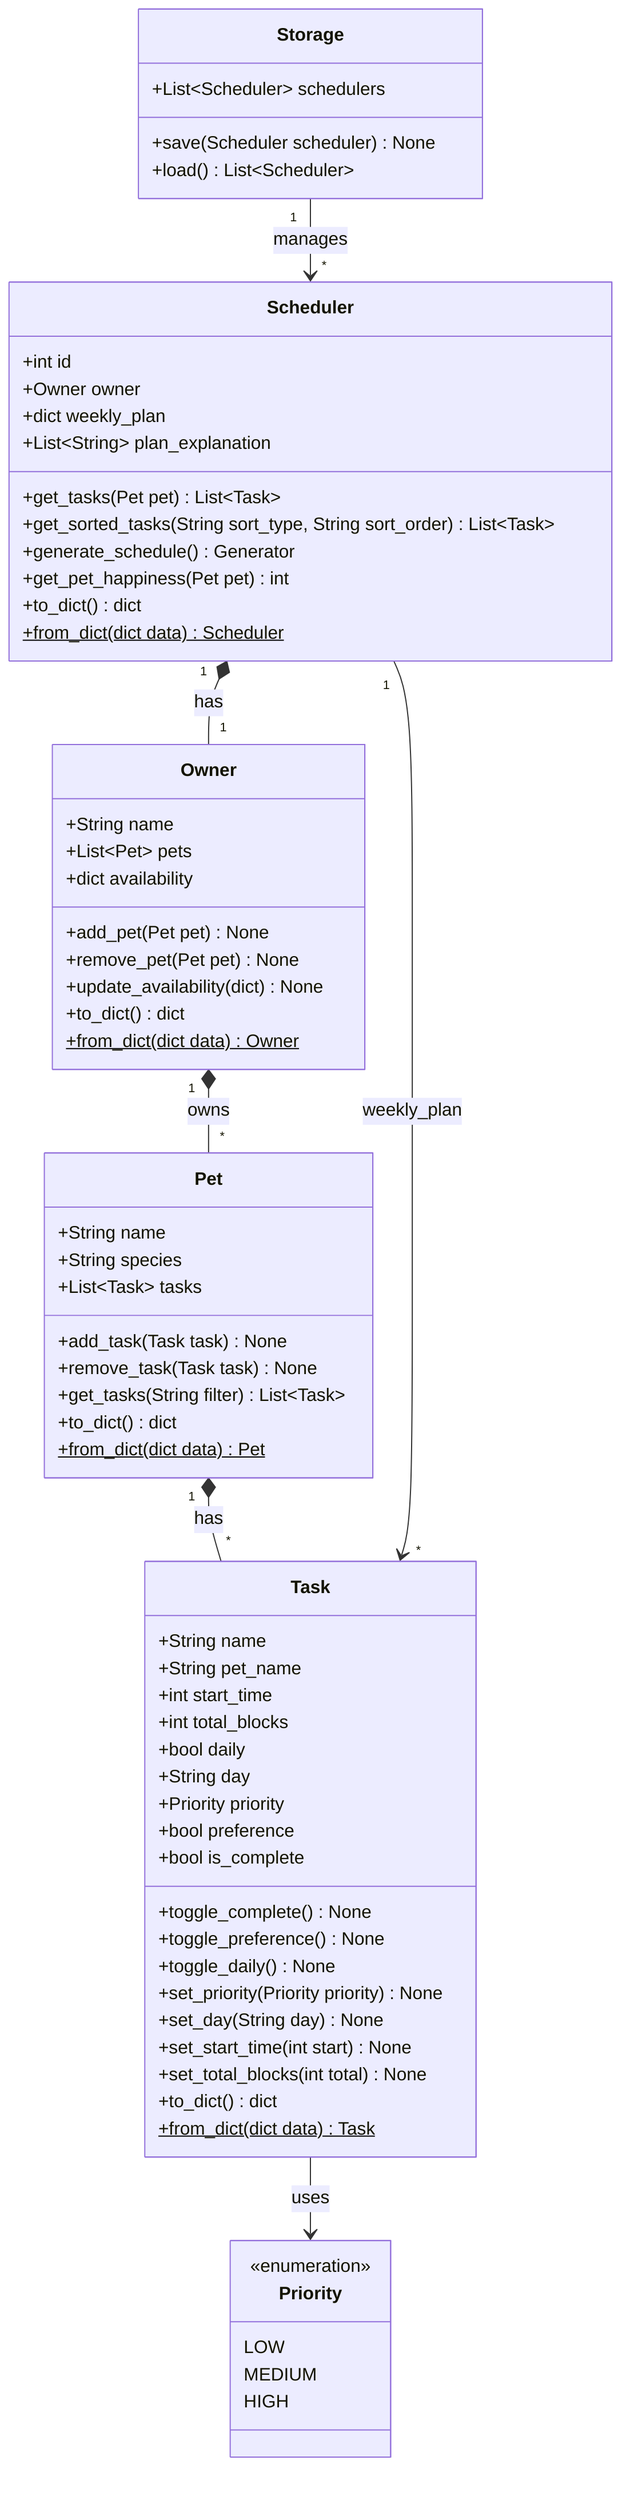
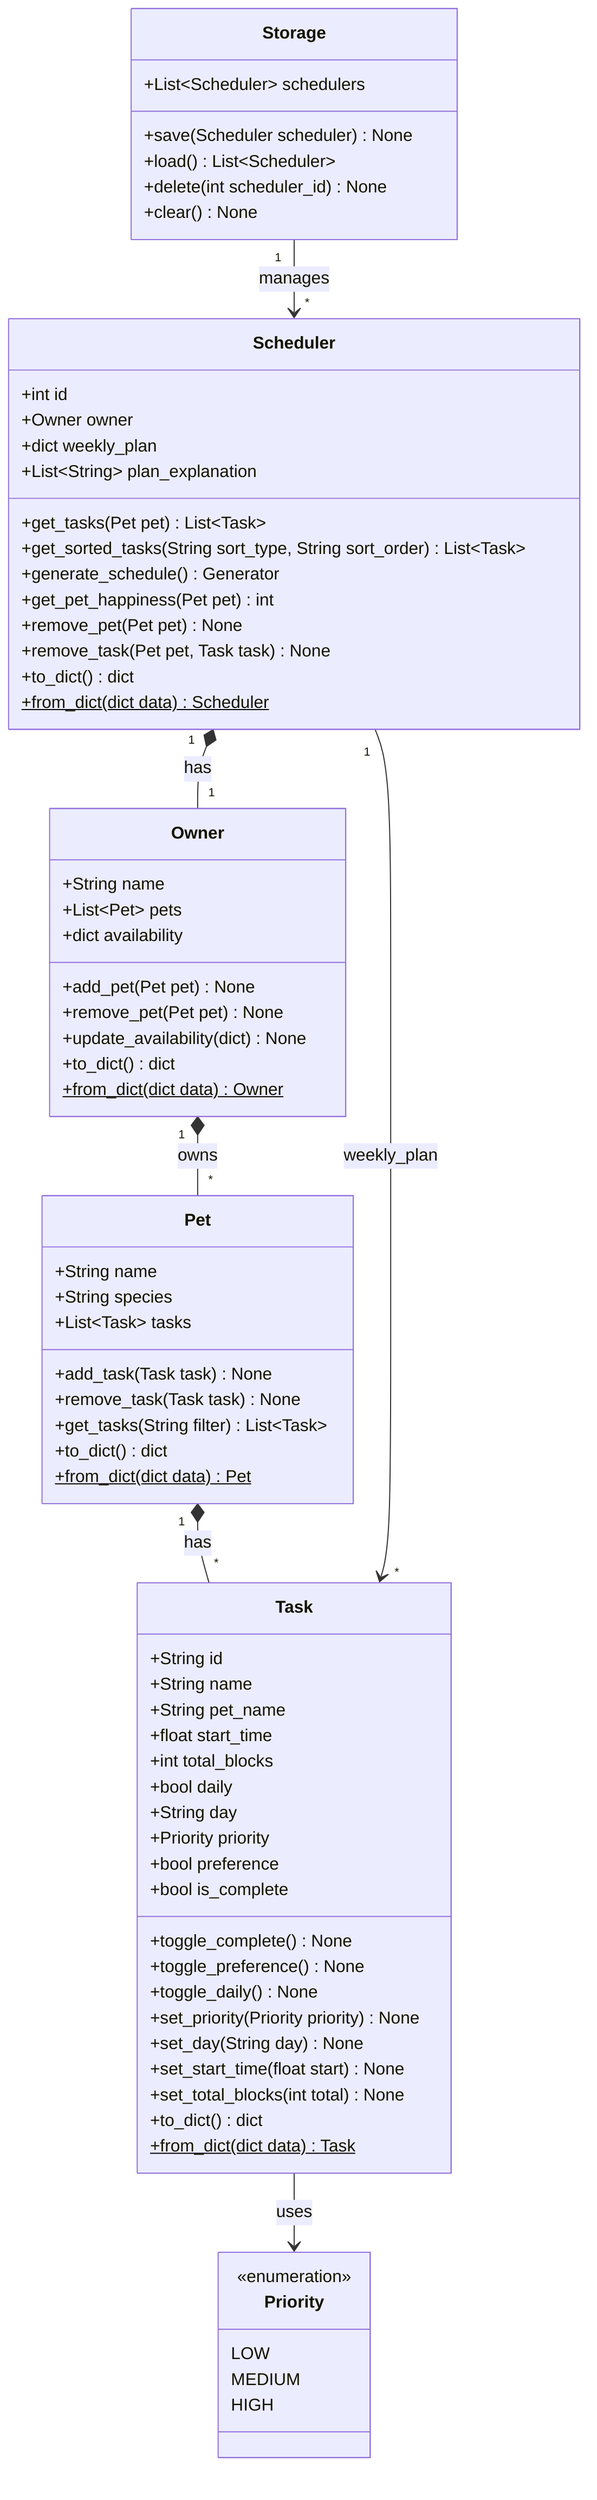
classDiagram
    direction TB

    class Priority {
        <<enumeration>>
        LOW
        MEDIUM
        HIGH
    }

    class Task {
+         +String id
        +String name
        +String pet_name
-         +int start_time
+         +float start_time
        +int total_blocks
        +bool daily
        +String day
        +Priority priority
        +bool preference
        +bool is_complete
        +toggle_complete() None
        +toggle_preference() None
        +toggle_daily() None
        +set_priority(Priority priority) None
        +set_day(String day) None
-         +set_start_time(int start) None
+         +set_start_time(float start) None
        +set_total_blocks(int total) None
        +to_dict() dict
        +from_dict(dict data) Task$
    }

    class Pet {
        +String name
        +String species
        +List~Task~ tasks
        +add_task(Task task) None
        +remove_task(Task task) None
        +get_tasks(String filter) List~Task~
        +to_dict() dict
        +from_dict(dict data) Pet$
    }

    class Owner {
        +String name
        +List~Pet~ pets
        +dict availability
        +add_pet(Pet pet) None
        +remove_pet(Pet pet) None
        +update_availability(dict) None
        +to_dict() dict
        +from_dict(dict data) Owner$
    }

    class Scheduler {
        +int id
        +Owner owner
        +dict weekly_plan
        +List~String~ plan_explanation
        +get_tasks(Pet pet) List~Task~
        +get_sorted_tasks(String sort_type, String sort_order) List~Task~
        +generate_schedule() Generator
        +get_pet_happiness(Pet pet) int
+         +remove_pet(Pet pet) None
+         +remove_task(Pet pet, Task task) None
        +to_dict() dict
        +from_dict(dict data) Scheduler$
    }

    class Storage {
        +List~Scheduler~ schedulers
        +save(Scheduler scheduler) None
        +load() List~Scheduler~
+         +delete(int scheduler_id) None
+         +clear() None
    }

    Scheduler "1" *-- "1" Owner : has
    Owner "1" *-- "*" Pet : owns
    Pet "1" *-- "*" Task : has
    Scheduler "1" --> "*" Task : weekly_plan
    Storage "1" --> "*" Scheduler : manages
    Task --> Priority : uses
